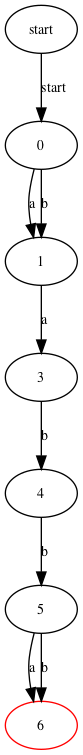
The Graphviz diagram minDFA.gv.png in Snowcying/NFAtoDFA, before a commit. Its source is kept beside it as minDFA.gv.
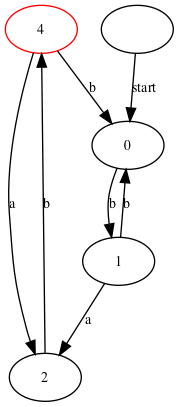
After the commit.

Change to the diagram source:
```diff
@@ -1,17 +1,13 @@
 digraph {
-	start [label=start]
-	6 [label=6 color=red]
+	4 [label=4 color=red]
+	4 -> 2 [label=a]
+	4 -> 0 [label=b]
 	0 [label=0]
-	0 -> 1 [label=a]
 	0 -> 1 [label=b]
-	5 [label=5]
-	5 -> 6 [label=a]
-	5 -> 6 [label=b]
-	4 [label=4]
-	4 -> 5 [label=b]
 	1 [label=1]
-	1 -> 3 [label=a]
-	3 [label=3]
-	3 -> 4 [label=b]
-	start -> 0 [label=start]
+	1 -> 2 [label=a]
+	1 -> 0 [label=b]
+	2 [label=2]
+	2 -> 4 [label=b]
+	"" -> 0 [label=start]
 }
```
